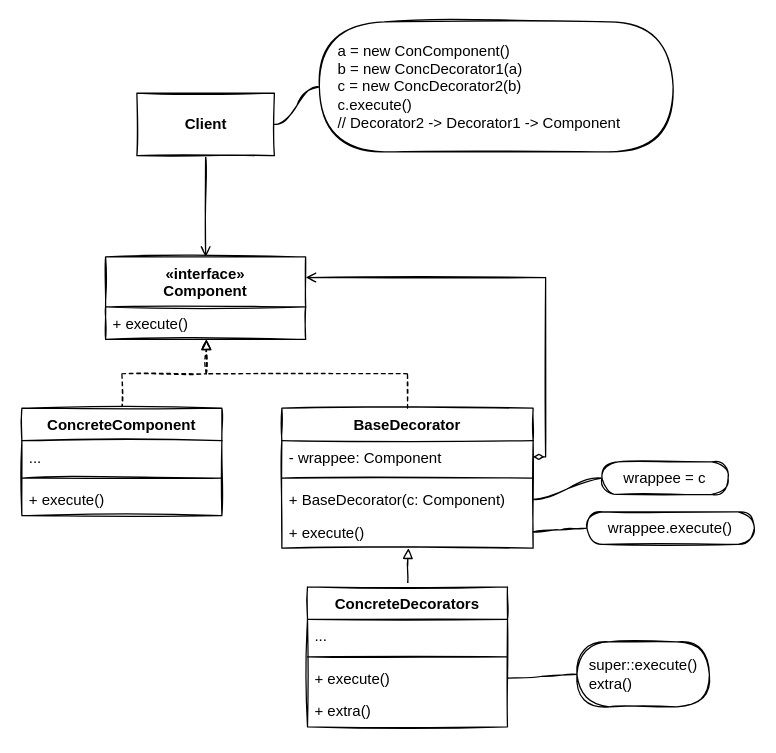
Earlier version of the draw.io diagram page "Standard" (1 of 2) of src/09-Decorator/UML.drawio (MangoPomelo/DesignPatternPractice). Source tidied: cells renumbered, new cells numbered last; positions are measured from the earlier drawing's top-left corner, leaving out a move shared by most shapes. Both pictures are drawn from the tidied source at 125%, with x=0, y=0 at pixel (21, 21).
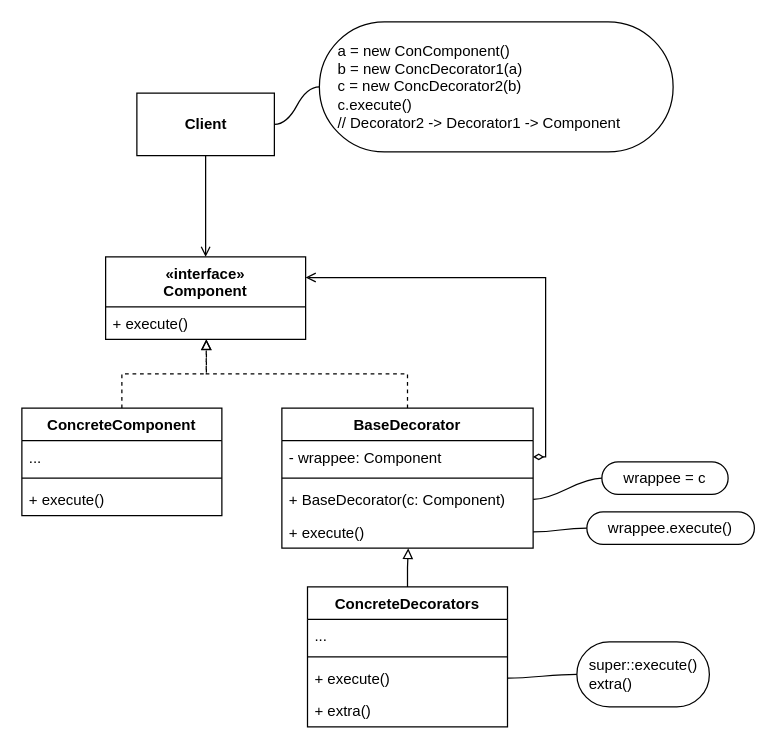
The same page after the edit.

Diff of the diagram source:
```diff
@@
-    <mxCell id="2" style="edgeStyle=none;sketch=1;html=1;exitX=0.5;exitY=1;exitDx=0;exitDy=0;entryX=0.5;entryY=0;entryDx=0;entryDy=0;endArrow=open;endFill=0;" parent="1" edge="1" source="3" target="4">
+    <mxCell id="2" style="edgeStyle=none;html=1;exitX=0.5;exitY=1;exitDx=0;exitDy=0;entryX=0.5;entryY=0;entryDx=0;entryDy=0;endArrow=open;endFill=0;" parent="1" edge="1" source="3" target="4">
       <mxGeometry relative="1" as="geometry" />
     </mxCell>
-    <mxCell id="3" value="Client" style="html=1;sketch=1;fontStyle=1;" parent="1" vertex="1">
+    <mxCell id="3" value="Client" style="html=1;fontStyle=1;" parent="1" vertex="1">
       <mxGeometry x="92" y="57" width="110" height="50" as="geometry" />
     </mxCell>
-    <mxCell id="4" value="«interface»&#10;Component" style="swimlane;fontStyle=1;align=center;verticalAlign=top;horizontal=1;startSize=40;sketch=1;" parent="1" vertex="1">
+    <mxCell id="4" value="«interface»&#10;Component" style="swimlane;fontStyle=1;align=center;verticalAlign=top;horizontal=1;startSize=40;" parent="1" vertex="1">
       <mxGeometry x="67" y="188" width="160" height="66" as="geometry" />
     </mxCell>
-    <mxCell id="5" value="+ execute()" style="text;strokeColor=none;fillColor=none;align=left;verticalAlign=top;spacingLeft=4;spacingRight=4;overflow=hidden;points=[[0,0.5],[1,0.5]];portConstraint=eastwest;sketch=1;" parent="4" vertex="1">
+    <mxCell id="5" value="+ execute()" style="text;strokeColor=none;fillColor=none;align=left;verticalAlign=top;spacingLeft=4;spacingRight=4;overflow=hidden;points=[[0,0.5],[1,0.5]];portConstraint=eastwest;" parent="4" vertex="1">
       <mxGeometry y="40" width="160" height="26" as="geometry" />
     </mxCell>
-    <mxCell id="6" style="edgeStyle=orthogonalEdgeStyle;sketch=1;html=1;exitX=0.5;exitY=0;exitDx=0;exitDy=0;entryX=0.504;entryY=1.002;entryDx=0;entryDy=0;entryPerimeter=0;endArrow=block;endFill=0;rounded=0;dashed=1;" parent="1" edge="1" source="7" target="5">
+    <mxCell id="6" style="edgeStyle=orthogonalEdgeStyle;html=1;exitX=0.5;exitY=0;exitDx=0;exitDy=0;entryX=0.504;entryY=1.002;entryDx=0;entryDy=0;entryPerimeter=0;endArrow=block;endFill=0;rounded=0;dashed=1;" parent="1" edge="1" source="7" target="5">
       <mxGeometry relative="1" as="geometry" />
     </mxCell>
-    <mxCell id="7" value="ConcreteComponent" style="swimlane;fontStyle=1;align=center;verticalAlign=top;horizontal=1;startSize=26;sketch=1;" parent="1" vertex="1">
+    <mxCell id="7" value="ConcreteComponent" style="swimlane;fontStyle=1;align=center;verticalAlign=top;horizontal=1;startSize=26;" parent="1" vertex="1">
       <mxGeometry y="309" width="160" height="86" as="geometry" />
     </mxCell>
-    <mxCell id="8" value="..." style="text;strokeColor=none;fillColor=none;align=left;verticalAlign=top;spacingLeft=4;spacingRight=4;overflow=hidden;sketch=1;" parent="7" vertex="1">
+    <mxCell id="8" value="..." style="text;strokeColor=none;fillColor=none;align=left;verticalAlign=top;spacingLeft=4;spacingRight=4;overflow=hidden;" parent="7" vertex="1">
       <mxGeometry y="26" width="160" height="26" as="geometry" />
     </mxCell>
-    <mxCell id="9" style="line;strokeWidth=1;fillColor=none;align=left;verticalAlign=middle;spacingTop=-1;spacingLeft=3;spacingRight=3;labelPosition=right;sketch=1;" parent="7" vertex="1">
+    <mxCell id="9" style="line;strokeWidth=1;fillColor=none;align=left;verticalAlign=middle;spacingTop=-1;spacingLeft=3;spacingRight=3;labelPosition=right;" parent="7" vertex="1">
       <mxGeometry y="52" width="160" height="8" as="geometry" />
     </mxCell>
-    <mxCell id="10" value="+ execute()" style="text;strokeColor=none;fillColor=none;align=left;verticalAlign=top;spacingLeft=4;spacingRight=4;overflow=hidden;sketch=1;" parent="7" vertex="1">
+    <mxCell id="10" value="+ execute()" style="text;strokeColor=none;fillColor=none;align=left;verticalAlign=top;spacingLeft=4;spacingRight=4;overflow=hidden;" parent="7" vertex="1">
       <mxGeometry y="60" width="160" height="26" as="geometry" />
     </mxCell>
-    <mxCell id="11" style="edgeStyle=orthogonalEdgeStyle;rounded=0;sketch=1;html=1;exitX=0.5;exitY=0;exitDx=0;exitDy=0;entryX=0.503;entryY=0.999;entryDx=0;entryDy=0;entryPerimeter=0;endArrow=block;endFill=0;dashed=1;" parent="1" edge="1" source="12" target="5">
+    <mxCell id="11" style="edgeStyle=orthogonalEdgeStyle;rounded=0;html=1;exitX=0.5;exitY=0;exitDx=0;exitDy=0;entryX=0.503;entryY=0.999;entryDx=0;entryDy=0;entryPerimeter=0;endArrow=block;endFill=0;dashed=1;" parent="1" edge="1" source="12" target="5">
       <mxGeometry relative="1" as="geometry" />
     </mxCell>
-    <mxCell id="12" value="BaseDecorator" style="swimlane;fontStyle=1;align=center;verticalAlign=top;horizontal=1;startSize=26;sketch=1;" parent="1" vertex="1">
+    <mxCell id="12" value="BaseDecorator" style="swimlane;fontStyle=1;align=center;verticalAlign=top;horizontal=1;startSize=26;" parent="1" vertex="1">
       <mxGeometry x="208" y="309" width="201" height="112" as="geometry" />
     </mxCell>
-    <mxCell id="13" value="- wrappee: Component" style="text;strokeColor=none;fillColor=none;align=left;verticalAlign=top;spacingLeft=4;spacingRight=4;overflow=hidden;points=[[0,0.5],[1,0.5]];portConstraint=eastwest;sketch=1;" parent="12" vertex="1">
+    <mxCell id="13" value="- wrappee: Component" style="text;strokeColor=none;fillColor=none;align=left;verticalAlign=top;spacingLeft=4;spacingRight=4;overflow=hidden;points=[[0,0.5],[1,0.5]];portConstraint=eastwest;" parent="12" vertex="1">
       <mxGeometry y="26" width="201" height="26" as="geometry" />
     </mxCell>
-    <mxCell id="14" style="line;strokeWidth=1;fillColor=none;align=left;verticalAlign=middle;spacingTop=-1;spacingLeft=3;spacingRight=3;labelPosition=right;sketch=1;" parent="12" vertex="1">
+    <mxCell id="14" style="line;strokeWidth=1;fillColor=none;align=left;verticalAlign=middle;spacingTop=-1;spacingLeft=3;spacingRight=3;labelPosition=right;" parent="12" vertex="1">
       <mxGeometry y="52" width="201" height="8" as="geometry" />
     </mxCell>
-    <mxCell id="15" value="+ BaseDecorator(c: Component)" style="text;strokeColor=none;fillColor=none;align=left;verticalAlign=top;spacingLeft=4;spacingRight=4;overflow=hidden;points=[[0,0.5],[1,0.5]];portConstraint=eastwest;sketch=1;" parent="12" vertex="1">
+    <mxCell id="15" value="+ BaseDecorator(c: Component)" style="text;strokeColor=none;fillColor=none;align=left;verticalAlign=top;spacingLeft=4;spacingRight=4;overflow=hidden;points=[[0,0.5],[1,0.5]];portConstraint=eastwest;" parent="12" vertex="1">
       <mxGeometry y="60" width="201" height="26" as="geometry" />
     </mxCell>
-    <mxCell id="16" value="+ execute()" style="text;strokeColor=none;fillColor=none;align=left;verticalAlign=top;spacingLeft=4;spacingRight=4;overflow=hidden;points=[[0,0.5],[1,0.5]];portConstraint=eastwest;sketch=1;" parent="12" vertex="1">
+    <mxCell id="16" value="+ execute()" style="text;strokeColor=none;fillColor=none;align=left;verticalAlign=top;spacingLeft=4;spacingRight=4;overflow=hidden;points=[[0,0.5],[1,0.5]];portConstraint=eastwest;" parent="12" vertex="1">
       <mxGeometry y="86" width="201" height="26" as="geometry" />
     </mxCell>
-    <mxCell id="17" style="edgeStyle=orthogonalEdgeStyle;rounded=0;sketch=1;html=1;exitX=1;exitY=0.5;exitDx=0;exitDy=0;endArrow=open;endFill=0;entryX=1;entryY=0.25;entryDx=0;entryDy=0;startArrow=diamondThin;startFill=0;" parent="1" edge="1" source="13" target="4">
+    <mxCell id="17" style="edgeStyle=orthogonalEdgeStyle;rounded=0;html=1;exitX=1;exitY=0.5;exitDx=0;exitDy=0;endArrow=open;endFill=0;entryX=1;entryY=0.25;entryDx=0;entryDy=0;startArrow=diamondThin;startFill=0;" parent="1" edge="1" source="13" target="4">
       <mxGeometry relative="1" as="geometry" />
     </mxCell>
-    <mxCell id="18" value="a = new ConComponent()&lt;br&gt;b = new ConcDecorator1(a)&lt;br&gt;c = new ConcDecorator2(b)&lt;br&gt;c.execute()&lt;br&gt;// Decorator2 -&amp;gt; Decorator1 -&amp;gt; Component" style="whiteSpace=wrap;html=1;rounded=1;arcSize=50;align=left;verticalAlign=middle;strokeWidth=1;spacing=15;newEdgeStyle={&quot;edgeStyle&quot;:&quot;entityRelationEdgeStyle&quot;,&quot;startArrow&quot;:&quot;none&quot;,&quot;endArrow&quot;:&quot;none&quot;,&quot;segment&quot;:10,&quot;curved&quot;:1};sketch=1;" parent="1" vertex="1">
+    <mxCell id="18" value="a = new ConComponent()&lt;br&gt;b = new ConcDecorator1(a)&lt;br&gt;c = new ConcDecorator2(b)&lt;br&gt;c.execute()&lt;br&gt;// Decorator2 -&amp;gt; Decorator1 -&amp;gt; Component" style="whiteSpace=wrap;html=1;rounded=1;arcSize=50;align=left;verticalAlign=middle;strokeWidth=1;spacing=15;newEdgeStyle={&quot;edgeStyle&quot;:&quot;entityRelationEdgeStyle&quot;,&quot;startArrow&quot;:&quot;none&quot;,&quot;endArrow&quot;:&quot;none&quot;,&quot;segment&quot;:10,&quot;curved&quot;:1};" parent="1" vertex="1">
       <mxGeometry x="238" width="283" height="104" as="geometry" />
     </mxCell>
-    <mxCell id="19" style="edgeStyle=entityRelationEdgeStyle;startArrow=none;endArrow=none;segment=10;curved=1;rounded=0;sketch=1;exitX=1;exitY=0.5;exitDx=0;exitDy=0;" parent="1" edge="1" source="3" target="18">
+    <mxCell id="19" style="edgeStyle=entityRelationEdgeStyle;startArrow=none;endArrow=none;segment=10;curved=1;rounded=0;exitX=1;exitY=0.5;exitDx=0;exitDy=0;" parent="1" edge="1" source="3" target="18">
       <mxGeometry relative="1" as="geometry" />
     </mxCell>
-    <mxCell id="20" value="wrappee = c" style="whiteSpace=wrap;html=1;rounded=1;arcSize=50;align=center;verticalAlign=middle;strokeWidth=1;spacing=4;newEdgeStyle={&quot;edgeStyle&quot;:&quot;entityRelationEdgeStyle&quot;,&quot;startArrow&quot;:&quot;none&quot;,&quot;endArrow&quot;:&quot;none&quot;,&quot;segment&quot;:10,&quot;curved&quot;:1};sketch=1;" parent="1" vertex="1">
+    <mxCell id="20" value="wrappee = c" style="whiteSpace=wrap;html=1;rounded=1;arcSize=50;align=center;verticalAlign=middle;strokeWidth=1;spacing=4;newEdgeStyle={&quot;edgeStyle&quot;:&quot;entityRelationEdgeStyle&quot;,&quot;startArrow&quot;:&quot;none&quot;,&quot;endArrow&quot;:&quot;none&quot;,&quot;segment&quot;:10,&quot;curved&quot;:1};" parent="1" vertex="1">
       <mxGeometry x="464" y="352" width="101" height="26" as="geometry" />
     </mxCell>
-    <mxCell id="21" style="edgeStyle=entityRelationEdgeStyle;startArrow=none;endArrow=none;segment=10;curved=1;rounded=0;sketch=1;exitX=1;exitY=0.5;exitDx=0;exitDy=0;" parent="1" edge="1" source="15" target="20">
+    <mxCell id="21" style="edgeStyle=entityRelationEdgeStyle;startArrow=none;endArrow=none;segment=10;curved=1;rounded=0;exitX=1;exitY=0.5;exitDx=0;exitDy=0;" parent="1" edge="1" source="15" target="20">
       <mxGeometry relative="1" as="geometry" />
     </mxCell>
-    <mxCell id="22" value="wrappee.execute()" style="whiteSpace=wrap;html=1;rounded=1;arcSize=50;align=center;verticalAlign=middle;strokeWidth=1;spacing=4;newEdgeStyle={&quot;edgeStyle&quot;:&quot;entityRelationEdgeStyle&quot;,&quot;startArrow&quot;:&quot;none&quot;,&quot;endArrow&quot;:&quot;none&quot;,&quot;segment&quot;:10,&quot;curved&quot;:1};sketch=1;" parent="1" vertex="1">
+    <mxCell id="22" value="wrappee.execute()" style="whiteSpace=wrap;html=1;rounded=1;arcSize=50;align=center;verticalAlign=middle;strokeWidth=1;spacing=4;newEdgeStyle={&quot;edgeStyle&quot;:&quot;entityRelationEdgeStyle&quot;,&quot;startArrow&quot;:&quot;none&quot;,&quot;endArrow&quot;:&quot;none&quot;,&quot;segment&quot;:10,&quot;curved&quot;:1};" parent="1" vertex="1">
       <mxGeometry x="452" y="392" width="134" height="26" as="geometry" />
     </mxCell>
-    <mxCell id="23" style="edgeStyle=entityRelationEdgeStyle;startArrow=none;endArrow=none;segment=10;curved=1;rounded=0;sketch=1;exitX=1;exitY=0.5;exitDx=0;exitDy=0;" parent="1" edge="1" source="16" target="22">
+    <mxCell id="23" style="edgeStyle=entityRelationEdgeStyle;startArrow=none;endArrow=none;segment=10;curved=1;rounded=0;exitX=1;exitY=0.5;exitDx=0;exitDy=0;" parent="1" edge="1" source="16" target="22">
       <mxGeometry relative="1" as="geometry" />
     </mxCell>
-    <mxCell id="24" style="edgeStyle=orthogonalEdgeStyle;rounded=0;sketch=1;html=1;exitX=0.5;exitY=0;exitDx=0;exitDy=0;entryX=0.503;entryY=1.007;entryDx=0;entryDy=0;entryPerimeter=0;startArrow=none;startFill=0;endArrow=block;endFill=0;" parent="1" edge="1" source="25" target="16">
+    <mxCell id="24" style="edgeStyle=orthogonalEdgeStyle;rounded=0;html=1;exitX=0.5;exitY=0;exitDx=0;exitDy=0;entryX=0.503;entryY=1.007;entryDx=0;entryDy=0;entryPerimeter=0;startArrow=none;startFill=0;endArrow=block;endFill=0;" parent="1" edge="1" source="25" target="16">
       <mxGeometry relative="1" as="geometry" />
     </mxCell>
-    <mxCell id="25" value="ConcreteDecorators" style="swimlane;fontStyle=1;align=center;verticalAlign=top;horizontal=1;startSize=26;sketch=1;" parent="1" vertex="1">
+    <mxCell id="25" value="ConcreteDecorators" style="swimlane;fontStyle=1;align=center;verticalAlign=top;horizontal=1;startSize=26;" parent="1" vertex="1">
       <mxGeometry x="228.5" y="452" width="160" height="112" as="geometry" />
     </mxCell>
-    <mxCell id="26" value="..." style="text;strokeColor=none;fillColor=none;align=left;verticalAlign=top;spacingLeft=4;spacingRight=4;overflow=hidden;sketch=1;" parent="25" vertex="1">
+    <mxCell id="26" value="..." style="text;strokeColor=none;fillColor=none;align=left;verticalAlign=top;spacingLeft=4;spacingRight=4;overflow=hidden;" parent="25" vertex="1">
       <mxGeometry y="26" width="160" height="26" as="geometry" />
     </mxCell>
-    <mxCell id="27" style="line;strokeWidth=1;fillColor=none;align=left;verticalAlign=middle;spacingTop=-1;spacingLeft=3;spacingRight=3;labelPosition=right;sketch=1;" parent="25" vertex="1">
+    <mxCell id="27" style="line;strokeWidth=1;fillColor=none;align=left;verticalAlign=middle;spacingTop=-1;spacingLeft=3;spacingRight=3;labelPosition=right;" parent="25" vertex="1">
       <mxGeometry y="52" width="160" height="8" as="geometry" />
     </mxCell>
-    <mxCell id="28" value="+ execute()" style="text;strokeColor=none;fillColor=none;align=left;verticalAlign=top;spacingLeft=4;spacingRight=4;overflow=hidden;points=[[0,0.5],[1,0.5]];portConstraint=eastwest;sketch=1;" parent="25" vertex="1">
+    <mxCell id="28" value="+ execute()" style="text;strokeColor=none;fillColor=none;align=left;verticalAlign=top;spacingLeft=4;spacingRight=4;overflow=hidden;points=[[0,0.5],[1,0.5]];portConstraint=eastwest;" parent="25" vertex="1">
       <mxGeometry y="60" width="160" height="26" as="geometry" />
     </mxCell>
-    <mxCell id="29" value="+ extra()" style="text;strokeColor=none;fillColor=none;align=left;verticalAlign=top;spacingLeft=4;spacingRight=4;overflow=hidden;sketch=1;" parent="25" vertex="1">
+    <mxCell id="29" value="+ extra()" style="text;strokeColor=none;fillColor=none;align=left;verticalAlign=top;spacingLeft=4;spacingRight=4;overflow=hidden;" parent="25" vertex="1">
       <mxGeometry y="86" width="160" height="26" as="geometry" />
     </mxCell>
-    <mxCell id="30" value="super::execute()&lt;br&gt;extra()" style="whiteSpace=wrap;html=1;rounded=1;arcSize=50;align=left;verticalAlign=middle;strokeWidth=1;spacing=10;newEdgeStyle={&quot;edgeStyle&quot;:&quot;entityRelationEdgeStyle&quot;,&quot;startArrow&quot;:&quot;none&quot;,&quot;endArrow&quot;:&quot;none&quot;,&quot;segment&quot;:10,&quot;curved&quot;:1};sketch=1;" parent="1" vertex="1">
+    <mxCell id="30" value="super::execute()&lt;br&gt;extra()" style="whiteSpace=wrap;html=1;rounded=1;arcSize=50;align=left;verticalAlign=middle;strokeWidth=1;spacing=10;newEdgeStyle={&quot;edgeStyle&quot;:&quot;entityRelationEdgeStyle&quot;,&quot;startArrow&quot;:&quot;none&quot;,&quot;endArrow&quot;:&quot;none&quot;,&quot;segment&quot;:10,&quot;curved&quot;:1};" parent="1" vertex="1">
       <mxGeometry x="444" y="496" width="106" height="52" as="geometry" />
     </mxCell>
-    <mxCell id="31" style="edgeStyle=entityRelationEdgeStyle;startArrow=none;endArrow=none;segment=10;curved=1;rounded=0;sketch=1;exitX=1;exitY=0.5;exitDx=0;exitDy=0;" parent="1" edge="1" source="28" target="30">
+    <mxCell id="31" style="edgeStyle=entityRelationEdgeStyle;startArrow=none;endArrow=none;segment=10;curved=1;rounded=0;exitX=1;exitY=0.5;exitDx=0;exitDy=0;" parent="1" edge="1" source="28" target="30">
       <mxGeometry relative="1" as="geometry" />
     </mxCell>
```
